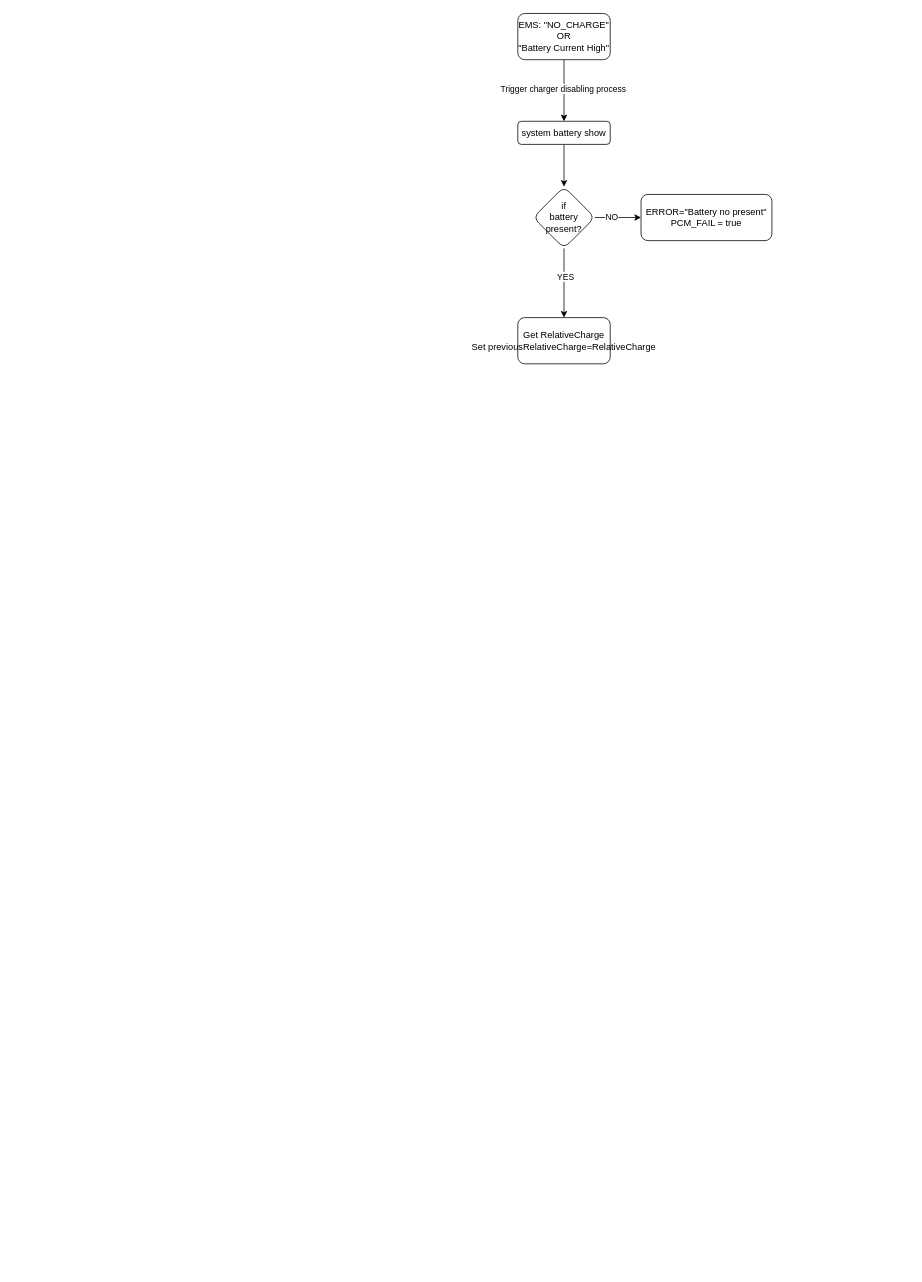
Before: diagrams/Untitled Diagram.drawio in joepow2/drawio, a draw.io diagram. Source tidied: cells renumbered, new cells numbered last; positions are measured from the earlier drawing's top-left corner, leaving out a move shared by most shapes. Both pictures are drawn from the tidied source at 77%, with x=0, y=0 at pixel (517, 13).
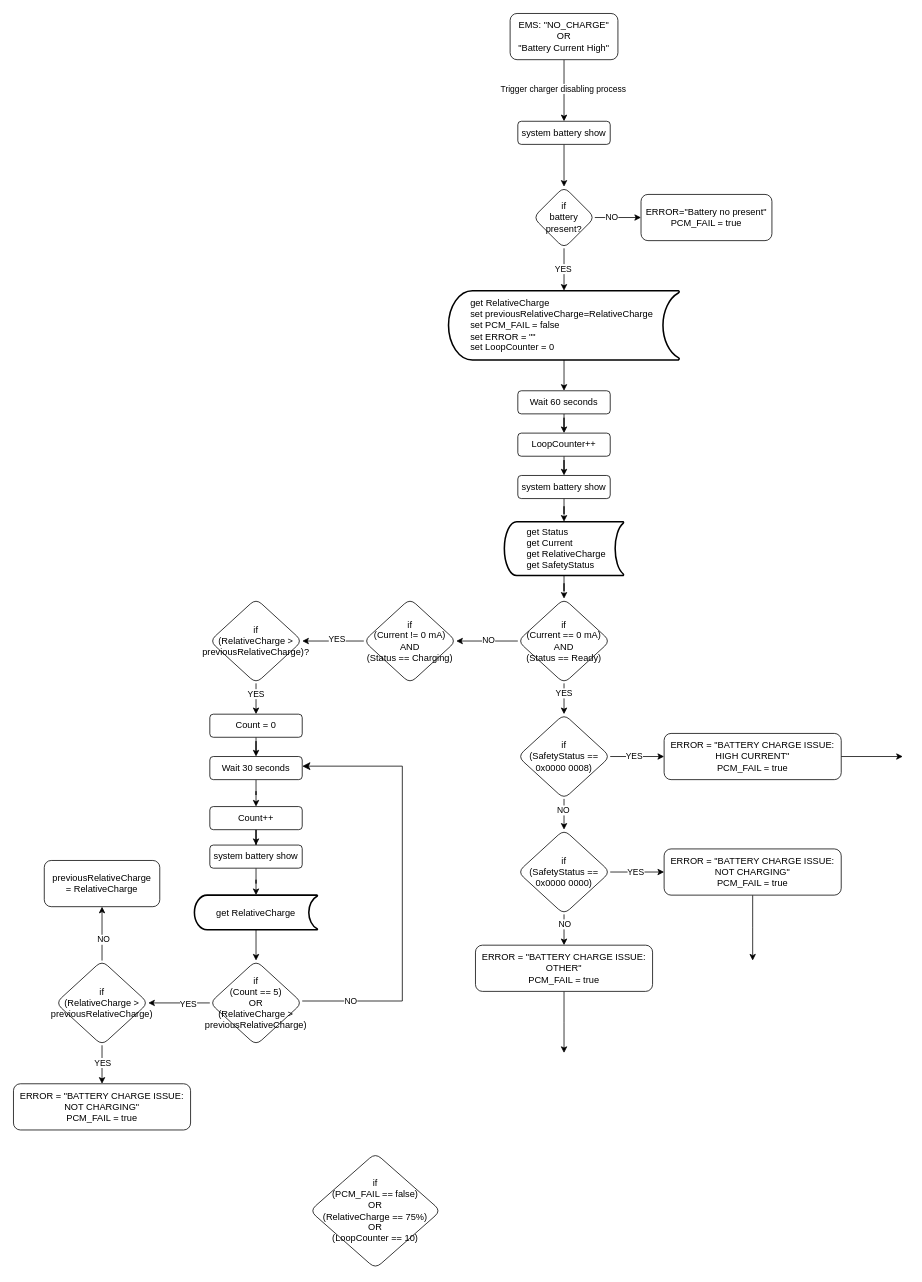
Above is the later version.

Unchanged cells that the change refers to:
```xml
<mxCell id="11" value="if&lt;div&gt;battery present?&lt;/div&gt;" style="rhombus;whiteSpace=wrap;html=1;rounded=1;" parent="1" vertex="1">
  <mxGeometry x="20" y="225" width="80" height="80" as="geometry" />
</mxCell>
```

The edit, as a diff of the source:
```diff
@@
     <mxCell id="4" value="EMS: &quot;NO_CHARGE&quot;&lt;div&gt;OR&lt;/div&gt;&lt;div&gt;&quot;Battery Current High&quot;&lt;/div&gt;" style="rounded=1;whiteSpace=wrap;html=1;" parent="1" vertex="1">
-      <mxGeometry width="120" height="60" as="geometry" />
+      <mxGeometry x="-10" width="140" height="60" as="geometry" />
     </mxCell>
@@
-    <mxCell id="9" style="edgeStyle=orthogonalEdgeStyle;rounded=0;jettySize=auto;html=1;" parent="1" edge="1" source="11" target="13">
-      <mxGeometry relative="1" as="geometry" />
-    </mxCell>
-    <mxCell id="10" value="YES" style="edgeLabel;html=1;align=center;verticalAlign=middle;" parent="9" vertex="1">
-      <mxGeometry x="-0.19" y="1" relative="1" as="geometry" />
-    </mxCell>
+    <mxCell id="14" style="edgeStyle=orthogonalEdgeStyle;rounded=0;jettySize=auto;html=1;entryX=0.5;entryY=0;entryDx=0;entryDy=0;entryPerimeter=0;" parent="1" edge="1" source="11" target="17">
+      <mxGeometry relative="1" as="geometry" />
+    </mxCell>
+    <mxCell id="15" value="YES" style="edgeLabel;html=1;align=center;verticalAlign=middle;" parent="14" vertex="1">
+      <mxGeometry x="-0.06" y="-2" relative="1" as="geometry" />
+    </mxCell>
@@
-    <mxCell id="13" value="Get RelativeCharge&lt;div&gt;Set&amp;nbsp;previousRelativeCharge=RelativeCharge&lt;/div&gt;" style="whiteSpace=wrap;html=1;rounded=1;" parent="1" vertex="1">
-      <mxGeometry y="395" width="120" height="60" as="geometry" />
-    </mxCell>
+    <mxCell id="16" style="edgeStyle=orthogonalEdgeStyle;rounded=0;jettySize=auto;html=1;" parent="1" edge="1" source="17" target="19">
+      <mxGeometry relative="1" as="geometry" />
+    </mxCell>
+    <mxCell id="17" value="&lt;span style=&quot;&quot;&gt;&lt;span style=&quot;white-space: pre;&quot;&gt;&#9;&lt;/span&gt;get RelativeCharge&lt;/span&gt;&lt;div style=&quot;&quot;&gt;&lt;span style=&quot;white-space: pre;&quot;&gt;&#9;&lt;/span&gt;set&amp;nbsp;previousRelativeCharge=RelativeCharge&lt;/div&gt;&lt;div style=&quot;&quot;&gt;&lt;span style=&quot;white-space: pre;&quot;&gt;&#9;&lt;/span&gt;set PCM_FAIL = false&lt;/div&gt;&lt;div style=&quot;&quot;&gt;&lt;span style=&quot;white-space: pre;&quot;&gt;&#9;&lt;/span&gt;set ERROR = &quot;&quot;&lt;/div&gt;&lt;div style=&quot;&quot;&gt;&lt;span style=&quot;white-space: pre;&quot;&gt;&#9;&lt;/span&gt;set LoopCounter = 0&lt;/div&gt;" style="strokeWidth=2;html=1;shape=mxgraph.flowchart.stored_data;whiteSpace=wrap;align=left;" parent="1" vertex="1">
+      <mxGeometry x="-90" y="360" width="300" height="90" as="geometry" />
+    </mxCell>
+    <mxCell id="18" style="edgeStyle=orthogonalEdgeStyle;rounded=0;jettySize=auto;html=1;entryX=0.5;entryY=0;entryDx=0;entryDy=0;" parent="1" edge="1" source="19" target="21">
+      <mxGeometry relative="1" as="geometry" />
+    </mxCell>
+    <mxCell id="19" value="Wait 60 seconds" style="rounded=1;whiteSpace=wrap;html=1;" parent="1" vertex="1">
+      <mxGeometry y="490" width="120" height="30" as="geometry" />
+    </mxCell>
+    <mxCell id="20" style="edgeStyle=orthogonalEdgeStyle;rounded=0;jettySize=auto;html=1;" parent="1" edge="1" source="21" target="23">
+      <mxGeometry relative="1" as="geometry" />
+    </mxCell>
+    <mxCell id="21" value="LoopCounter++" style="whiteSpace=wrap;html=1;rounded=1;" parent="1" vertex="1">
+      <mxGeometry y="545" width="120" height="30" as="geometry" />
+    </mxCell>
+    <mxCell id="22" style="edgeStyle=orthogonalEdgeStyle;rounded=0;jettySize=auto;html=1;" parent="1" edge="1" source="23" target="25">
+      <mxGeometry relative="1" as="geometry" />
+    </mxCell>
+    <mxCell id="23" value="system battery show" style="whiteSpace=wrap;html=1;rounded=1;" parent="1" vertex="1">
+      <mxGeometry y="600" width="120" height="30" as="geometry" />
+    </mxCell>
+    <mxCell id="24" style="edgeStyle=orthogonalEdgeStyle;rounded=0;jettySize=auto;html=1;entryX=0.5;entryY=0;entryDx=0;entryDy=0;" parent="1" edge="1" source="25" target="30">
+      <mxGeometry relative="1" as="geometry" />
+    </mxCell>
+    <mxCell id="25" value="&lt;span style=&quot;white-space: pre;&quot;&gt;&#9;&lt;/span&gt;get Status&lt;div&gt;&lt;span style=&quot;white-space: pre;&quot;&gt;&#9;&lt;/span&gt;get Current&lt;/div&gt;&lt;div&gt;&lt;span style=&quot;white-space: pre;&quot;&gt;&#9;&lt;/span&gt;get RelativeCharge&lt;/div&gt;&lt;div&gt;&lt;span style=&quot;white-space: pre;&quot;&gt;&#9;&lt;/span&gt;get SafetyStatus&lt;/div&gt;" style="strokeWidth=2;html=1;shape=mxgraph.flowchart.stored_data;whiteSpace=wrap;align=left;" parent="1" vertex="1">
+      <mxGeometry x="-17.5" y="660" width="155" height="70" as="geometry" />
+    </mxCell>
+    <mxCell id="26" style="edgeStyle=orthogonalEdgeStyle;rounded=0;jettySize=auto;html=1;entryX=0.5;entryY=0;entryDx=0;entryDy=0;" parent="1" edge="1" source="30" target="37">
+      <mxGeometry relative="1" as="geometry" />
+    </mxCell>
+    <mxCell id="27" value="YES" style="edgeLabel;html=1;align=center;verticalAlign=middle;" parent="26" vertex="1">
+      <mxGeometry x="-0.38" y="-1" relative="1" as="geometry" />
+    </mxCell>
+    <mxCell id="28" style="edgeStyle=orthogonalEdgeStyle;rounded=0;jettySize=auto;html=1;" parent="1" edge="1" source="30" target="50">
+      <mxGeometry relative="1" as="geometry" />
+    </mxCell>
+    <mxCell id="29" value="NO" style="edgeLabel;html=1;align=center;verticalAlign=middle;" parent="28" vertex="1">
+      <mxGeometry x="-0.03" y="-2" relative="1" as="geometry" />
+    </mxCell>
+    <mxCell id="30" value="if&lt;div&gt;(Current == 0 mA)&lt;/div&gt;&lt;div&gt;AND&lt;/div&gt;&lt;div&gt;(Status == Ready)&lt;/div&gt;" style="rhombus;whiteSpace=wrap;html=1;rounded=1;" parent="1" vertex="1">
+      <mxGeometry y="760" width="120" height="110" as="geometry" />
+    </mxCell>
+    <mxCell id="31" style="edgeStyle=orthogonalEdgeStyle;rounded=0;jettySize=auto;html=1;" parent="1" edge="1" source="32">
+      <mxGeometry relative="1" as="geometry">
+        <mxPoint x="500" y="965" as="targetPoint" />
+      </mxGeometry>
+    </mxCell>
+    <mxCell id="32" value="ERROR = &quot;BATTERY CHARGE ISSUE: HIGH CURRENT&quot;&lt;div&gt;PCM_FAIL = true&lt;/div&gt;" style="whiteSpace=wrap;html=1;rounded=1;align=center;" parent="1" vertex="1">
+      <mxGeometry x="190" y="935" width="230" height="60" as="geometry" />
+    </mxCell>
+    <mxCell id="33" style="edgeStyle=orthogonalEdgeStyle;rounded=0;jettySize=auto;html=1;" parent="1" edge="1" source="37" target="42">
+      <mxGeometry relative="1" as="geometry" />
+    </mxCell>
+    <mxCell id="34" value="NO" style="edgeLabel;html=1;align=center;verticalAlign=middle;" parent="33" vertex="1">
+      <mxGeometry x="-0.3" y="-2" relative="1" as="geometry" />
+    </mxCell>
+    <mxCell id="35" style="edgeStyle=orthogonalEdgeStyle;rounded=0;jettySize=auto;html=1;" parent="1" edge="1" source="37" target="32">
+      <mxGeometry relative="1" as="geometry" />
+    </mxCell>
+    <mxCell id="36" value="YES" style="edgeLabel;html=1;align=center;verticalAlign=middle;" parent="35" vertex="1">
+      <mxGeometry x="-0.13" y="1" relative="1" as="geometry" />
+    </mxCell>
+    <mxCell id="37" value="if&lt;div&gt;(SafetyStatus == 0x0000 0008)&lt;/div&gt;" style="rhombus;whiteSpace=wrap;html=1;rounded=1;" parent="1" vertex="1">
+      <mxGeometry y="910" width="120" height="110" as="geometry" />
+    </mxCell>
+    <mxCell id="38" style="edgeStyle=orthogonalEdgeStyle;rounded=0;jettySize=auto;html=1;" parent="1" edge="1" source="42" target="44">
+      <mxGeometry relative="1" as="geometry" />
+    </mxCell>
+    <mxCell id="39" value="YES" style="edgeLabel;html=1;align=center;verticalAlign=middle;" parent="38" vertex="1">
+      <mxGeometry x="-0.09" y="1" relative="1" as="geometry" />
+    </mxCell>
+    <mxCell id="40" style="edgeStyle=orthogonalEdgeStyle;rounded=0;jettySize=auto;html=1;entryX=0.5;entryY=0;entryDx=0;entryDy=0;" parent="1" edge="1" source="42" target="46">
+      <mxGeometry relative="1" as="geometry" />
+    </mxCell>
+    <mxCell id="41" value="NO" style="edgeLabel;html=1;align=center;verticalAlign=middle;" parent="40" vertex="1">
+      <mxGeometry x="-0.41" relative="1" as="geometry" />
+    </mxCell>
+    <mxCell id="42" value="if&lt;div&gt;(SafetyStatus == 0x0000 0000)&lt;/div&gt;" style="rhombus;whiteSpace=wrap;html=1;rounded=1;" parent="1" vertex="1">
+      <mxGeometry y="1060" width="120" height="110" as="geometry" />
+    </mxCell>
+    <mxCell id="43" style="edgeStyle=orthogonalEdgeStyle;rounded=0;jettySize=auto;html=1;" parent="1" edge="1" source="44">
+      <mxGeometry relative="1" as="geometry">
+        <mxPoint x="305" y="1230" as="targetPoint" />
+      </mxGeometry>
+    </mxCell>
+    <mxCell id="44" value="ERROR = &quot;BATTERY CHARGE ISSUE: NOT CHARGING&quot;&lt;div&gt;PCM_FAIL = true&lt;/div&gt;" style="whiteSpace=wrap;html=1;rounded=1;align=center;" parent="1" vertex="1">
+      <mxGeometry x="190" y="1085" width="230" height="60" as="geometry" />
+    </mxCell>
+    <mxCell id="45" style="edgeStyle=orthogonalEdgeStyle;rounded=0;jettySize=auto;html=1;" parent="1" edge="1" source="46">
+      <mxGeometry relative="1" as="geometry">
+        <mxPoint x="60" y="1350" as="targetPoint" />
+      </mxGeometry>
+    </mxCell>
+    <mxCell id="46" value="ERROR = &quot;BATTERY CHARGE ISSUE: OTHER&quot;&lt;div&gt;PCM_FAIL = true&lt;/div&gt;" style="whiteSpace=wrap;html=1;rounded=1;align=center;" parent="1" vertex="1">
+      <mxGeometry x="-55" y="1210" width="230" height="60" as="geometry" />
+    </mxCell>
+    <mxCell id="47" value="if&lt;div&gt;(PCM_FAIL == false)&lt;/div&gt;&lt;div&gt;OR&lt;/div&gt;&lt;div&gt;(RelativeCharge == 75%)&lt;/div&gt;&lt;div&gt;OR&lt;/div&gt;&lt;div&gt;(LoopCounter == 10)&lt;/div&gt;" style="rhombus;whiteSpace=wrap;html=1;rounded=1;" parent="1" vertex="1">
+      <mxGeometry x="-270" y="1480" width="170" height="150" as="geometry" />
+    </mxCell>
+    <mxCell id="48" style="edgeStyle=orthogonalEdgeStyle;rounded=0;jettySize=auto;html=1;" parent="1" edge="1" source="50" target="53">
+      <mxGeometry relative="1" as="geometry" />
+    </mxCell>
+    <mxCell id="49" value="YES" style="edgeLabel;html=1;align=center;verticalAlign=middle;" parent="48" vertex="1">
+      <mxGeometry x="-0.1" y="-3" relative="1" as="geometry" />
+    </mxCell>
+    <mxCell id="50" value="if&lt;div&gt;(Current != 0 mA)&lt;/div&gt;&lt;div&gt;AND&lt;/div&gt;&lt;div&gt;(Status == Charging)&lt;/div&gt;" style="rhombus;whiteSpace=wrap;html=1;rounded=1;" parent="1" vertex="1">
+      <mxGeometry x="-200" y="760" width="120" height="110" as="geometry" />
+    </mxCell>
+    <mxCell id="51" style="edgeStyle=orthogonalEdgeStyle;rounded=0;jettySize=auto;html=1;" parent="1" edge="1" source="53" target="55">
+      <mxGeometry relative="1" as="geometry" />
+    </mxCell>
+    <mxCell id="52" value="YES" style="edgeLabel;html=1;align=center;verticalAlign=middle;" parent="51" vertex="1">
+      <mxGeometry x="-0.36" y="-1" relative="1" as="geometry" />
+    </mxCell>
+    <mxCell id="53" value="if&lt;div&gt;(RelativeCharge &amp;gt;&lt;/div&gt;&lt;div&gt;&lt;span style=&quot;text-align: left;&quot;&gt;previousRelativeCharge)?&lt;/span&gt;&lt;br&gt;&lt;/div&gt;" style="rhombus;whiteSpace=wrap;html=1;rounded=1;" parent="1" vertex="1">
+      <mxGeometry x="-400" y="760" width="120" height="110" as="geometry" />
+    </mxCell>
+    <mxCell id="54" style="edgeStyle=orthogonalEdgeStyle;rounded=0;jettySize=auto;html=1;" parent="1" edge="1" source="55" target="57">
+      <mxGeometry relative="1" as="geometry" />
+    </mxCell>
+    <mxCell id="55" value="Count = 0" style="whiteSpace=wrap;html=1;rounded=1;" parent="1" vertex="1">
+      <mxGeometry x="-400" y="910" width="120" height="30" as="geometry" />
+    </mxCell>
+    <mxCell id="56" style="edgeStyle=orthogonalEdgeStyle;rounded=0;jettySize=auto;html=1;" parent="1" edge="1" source="57" target="59">
+      <mxGeometry relative="1" as="geometry" />
+    </mxCell>
+    <mxCell id="57" value="Wait 30 seconds" style="whiteSpace=wrap;html=1;rounded=1;" parent="1" vertex="1">
+      <mxGeometry x="-400" y="965" width="120" height="30" as="geometry" />
+    </mxCell>
+    <mxCell id="58" style="edgeStyle=orthogonalEdgeStyle;rounded=0;jettySize=auto;html=1;" parent="1" edge="1" source="59" target="61">
+      <mxGeometry relative="1" as="geometry" />
+    </mxCell>
+    <mxCell id="59" value="Count++" style="whiteSpace=wrap;html=1;rounded=1;" parent="1" vertex="1">
+      <mxGeometry x="-400" y="1030" width="120" height="30" as="geometry" />
+    </mxCell>
+    <mxCell id="60" style="edgeStyle=orthogonalEdgeStyle;rounded=0;jettySize=auto;html=1;" parent="1" edge="1" source="61" target="63">
+      <mxGeometry relative="1" as="geometry" />
+    </mxCell>
+    <mxCell id="61" value="system battery show" style="whiteSpace=wrap;html=1;rounded=1;" parent="1" vertex="1">
+      <mxGeometry x="-400" y="1080" width="120" height="30" as="geometry" />
+    </mxCell>
+    <mxCell id="62" style="edgeStyle=orthogonalEdgeStyle;rounded=0;jettySize=auto;html=1;" parent="1" edge="1" source="63" target="66">
+      <mxGeometry relative="1" as="geometry" />
+    </mxCell>
+    <mxCell id="63" value="&lt;div&gt;&lt;span style=&quot;white-space: pre;&quot;&gt;&#9;&lt;/span&gt;get RelativeCharge&lt;/div&gt;" style="strokeWidth=2;html=1;shape=mxgraph.flowchart.stored_data;whiteSpace=wrap;align=left;" parent="1" vertex="1">
+      <mxGeometry x="-420" y="1145" width="160" height="45" as="geometry" />
+    </mxCell>
+    <mxCell id="64" style="edgeStyle=orthogonalEdgeStyle;rounded=0;jettySize=auto;html=1;" parent="1" edge="1" source="66" target="71">
+      <mxGeometry relative="1" as="geometry" />
+    </mxCell>
+    <mxCell id="65" value="YES" style="edgeLabel;html=1;align=center;verticalAlign=middle;" parent="64" vertex="1">
+      <mxGeometry x="-0.27" y="1" relative="1" as="geometry" />
+    </mxCell>
+    <mxCell id="66" value="&lt;div&gt;if&lt;/div&gt;&lt;div&gt;(Count == 5)&lt;br&gt;OR&lt;/div&gt;&lt;div&gt;(RelativeCharge &amp;gt;&lt;/div&gt;&lt;div&gt;&lt;span style=&quot;text-align: left; background-color: initial;&quot;&gt;previousRelativeCharge&lt;/span&gt;)&lt;/div&gt;" style="rhombus;whiteSpace=wrap;html=1;rounded=1;" parent="1" vertex="1">
+      <mxGeometry x="-400" y="1230" width="120" height="110" as="geometry" />
+    </mxCell>
+    <mxCell id="67" style="edgeStyle=orthogonalEdgeStyle;rounded=0;jettySize=auto;html=1;entryX=0.5;entryY=0;entryDx=0;entryDy=0;" parent="1" edge="1" source="71" target="72">
+      <mxGeometry relative="1" as="geometry" />
+    </mxCell>
+    <mxCell id="68" value="YES" style="edgeLabel;html=1;align=center;verticalAlign=middle;" parent="67" vertex="1">
+      <mxGeometry x="-0.14" relative="1" as="geometry" />
+    </mxCell>
+    <mxCell id="69" style="edgeStyle=orthogonalEdgeStyle;rounded=0;jettySize=auto;html=1;" parent="1" edge="1" source="71" target="73">
+      <mxGeometry relative="1" as="geometry" />
+    </mxCell>
+    <mxCell id="70" value="NO" style="edgeLabel;html=1;align=center;verticalAlign=middle;" parent="69" vertex="1">
+      <mxGeometry x="-0.21" y="-1" relative="1" as="geometry" />
+    </mxCell>
+    <mxCell id="71" value="&lt;div&gt;if&lt;/div&gt;&lt;div&gt;(RelativeCharge &amp;gt;&lt;/div&gt;&lt;div&gt;&lt;span style=&quot;text-align: left; background-color: initial;&quot;&gt;previousRelativeCharge&lt;/span&gt;)&lt;/div&gt;" style="rhombus;whiteSpace=wrap;html=1;rounded=1;" parent="1" vertex="1">
+      <mxGeometry x="-600" y="1230" width="120" height="110" as="geometry" />
+    </mxCell>
+    <mxCell id="72" value="ERROR = &quot;BATTERY CHARGE ISSUE: NOT CHARGING&quot;&lt;div&gt;PCM_FAIL = true&lt;/div&gt;" style="whiteSpace=wrap;html=1;rounded=1;align=center;" parent="1" vertex="1">
+      <mxGeometry x="-655" y="1390" width="230" height="60" as="geometry" />
+    </mxCell>
+    <mxCell id="73" value="&lt;span style=&quot;text-align: left;&quot;&gt;previousRelativeCharge =&amp;nbsp;&lt;/span&gt;RelativeCharge" style="whiteSpace=wrap;html=1;rounded=1;" parent="1" vertex="1">
+      <mxGeometry x="-615" y="1100" width="150" height="60" as="geometry" />
+    </mxCell>
+    <mxCell id="74" style="edgeStyle=segmentEdgeStyle;endArrow=classic;html=1;curved=0;rounded=0;endSize=8;startSize=8;exitX=1;exitY=0.5;exitDx=0;exitDy=0;" parent="1" edge="1">
+      <mxGeometry relative="1" as="geometry">
+        <mxPoint x="-280" y="1282.5" as="sourcePoint" />
+        <mxPoint x="-280" y="977.5" as="targetPoint" />
+        <Array as="points">
+          <mxPoint x="-150" y="1282.5" />
+          <mxPoint x="-150" y="977.5" />
+        </Array>
+      </mxGeometry>
+    </mxCell>
+    <mxCell id="75" value="NO" style="edgeLabel;html=1;align=center;verticalAlign=middle;" parent="74" vertex="1">
+      <mxGeometry x="-0.78" relative="1" as="geometry" />
+    </mxCell>
```
